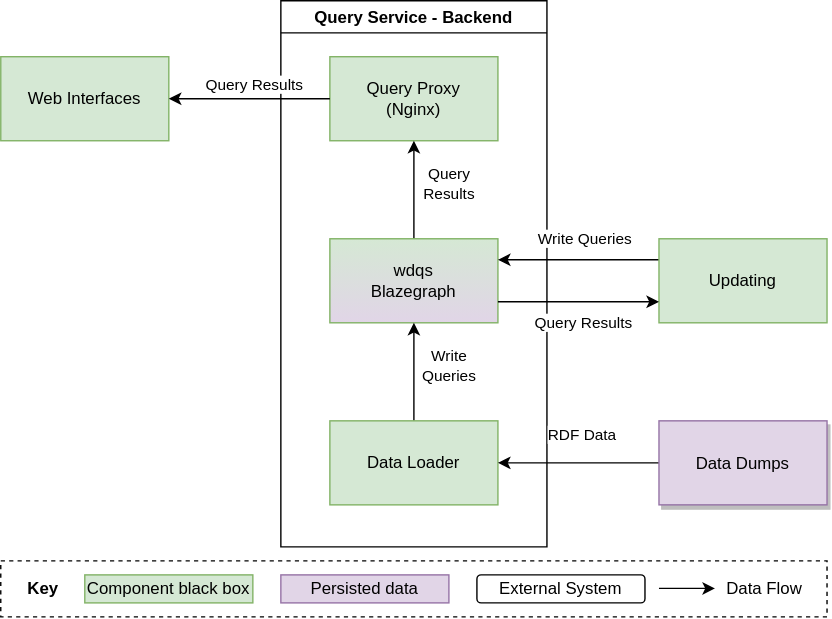
Above: systems/Query/diagrams/05-01-backend.drawio.svg in wmde/wikidata-wikibase-architecture (draw.io), before the change. Source tidied: cells renumbered, new cells last; positions are measured from the earlier drawing's top-left corner, leaving out a move shared by most shapes.
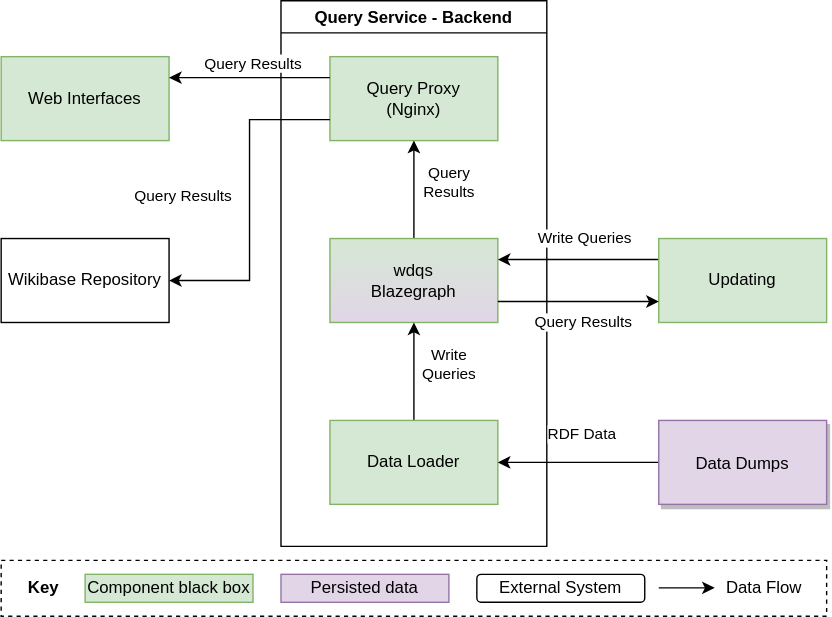
The same diagram one commit later.

Commit message:
Add repo reading from query service

What changed in the source:
```diff
@@ -76,7 +76,7 @@
     <mxCell id="22" value="Data Flow" style="text;html=1;align=center;verticalAlign=middle;strokeColor=none;" parent="1" vertex="1">
       <mxGeometry x="510" y="410" width="70" height="20" as="geometry" />
     </mxCell>
-    <mxCell id="23" style="edgeStyle=orthogonalEdgeStyle;rounded=0;jettySize=auto;html=1;" parent="1" edge="1" source="3" target="15">
+    <mxCell id="23" style="edgeStyle=orthogonalEdgeStyle;rounded=0;jettySize=auto;html=1;entryX=1;entryY=0.25;entryDx=0;entryDy=0;exitX=0;exitY=0.25;exitDx=0;exitDy=0;" parent="1" edge="1" source="3" target="15">
       <mxGeometry relative="1" as="geometry" />
     </mxCell>
     <mxCell id="24" value="Query Results" style="edgeLabel;html=1;align=center;verticalAlign=middle;" parent="23" vertex="1">
@@ -95,5 +95,16 @@
     <mxCell id="27" value="Data Dumps" style="rounded=0;shadow=1;fontSize=12;strokeColor=#9673a6;direction=west;fillColor=#e1d5e7;" parent="1" vertex="1">
       <mxGeometry x="470" y="300" width="120" height="60" as="geometry" />
     </mxCell>
+    <mxCell id="28" value="Wikibase Repository" style="rounded=0;whiteSpace=wrap;html=1;" parent="1" vertex="1">
+      <mxGeometry y="170" width="120" height="60" as="geometry" />
+    </mxCell>
+    <mxCell id="29" style="edgeStyle=orthogonalEdgeStyle;rounded=0;jettySize=auto;html=1;exitX=0;exitY=0.75;exitDx=0;exitDy=0;entryX=1;entryY=0.5;entryDx=0;entryDy=0;" parent="1" edge="1" source="3" target="28">
+      <mxGeometry relative="1" as="geometry" />
+    </mxCell>
+    <mxCell id="30" value="Query Results" style="edgeLabel;html=1;align=center;verticalAlign=middle;" parent="29" vertex="1">
+      <mxGeometry x="-0.25" y="-2" relative="1" as="geometry">
+        <mxPoint x="-46" y="26" as="offset" />
+      </mxGeometry>
+    </mxCell>
   </root>
 </mxGraphModel>
```
